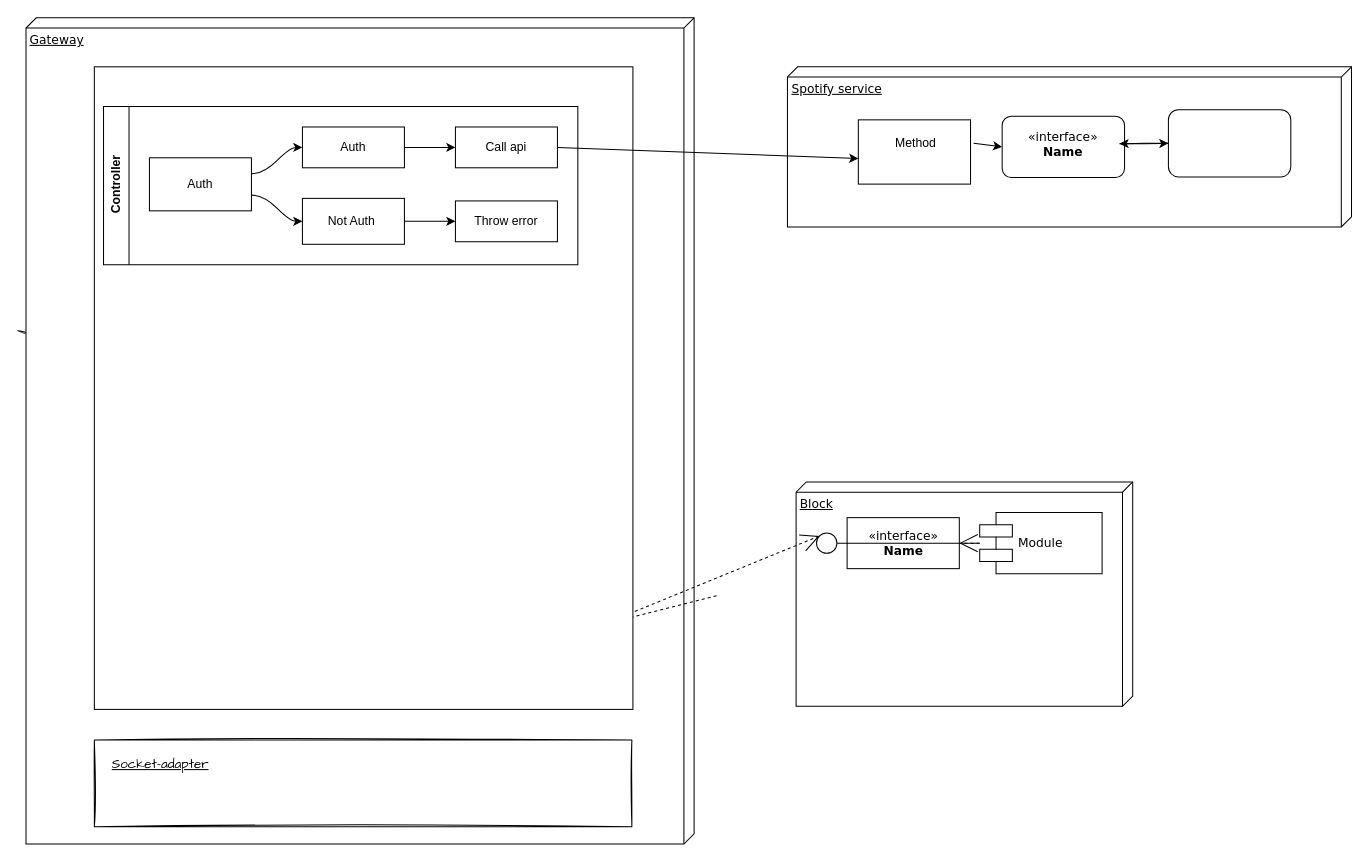
Above: Untitled Diagram.drawio in Anna-Karenina/gRPC-LookUp (draw.io), before the change. Source tidied: cells renumbered, new cells numbered last; positions are measured from the earlier drawing's top-left corner, leaving out a move shared by most shapes. Both pictures are drawn from the tidied source at 102%, with x=0, y=0 at pixel (26, 17).
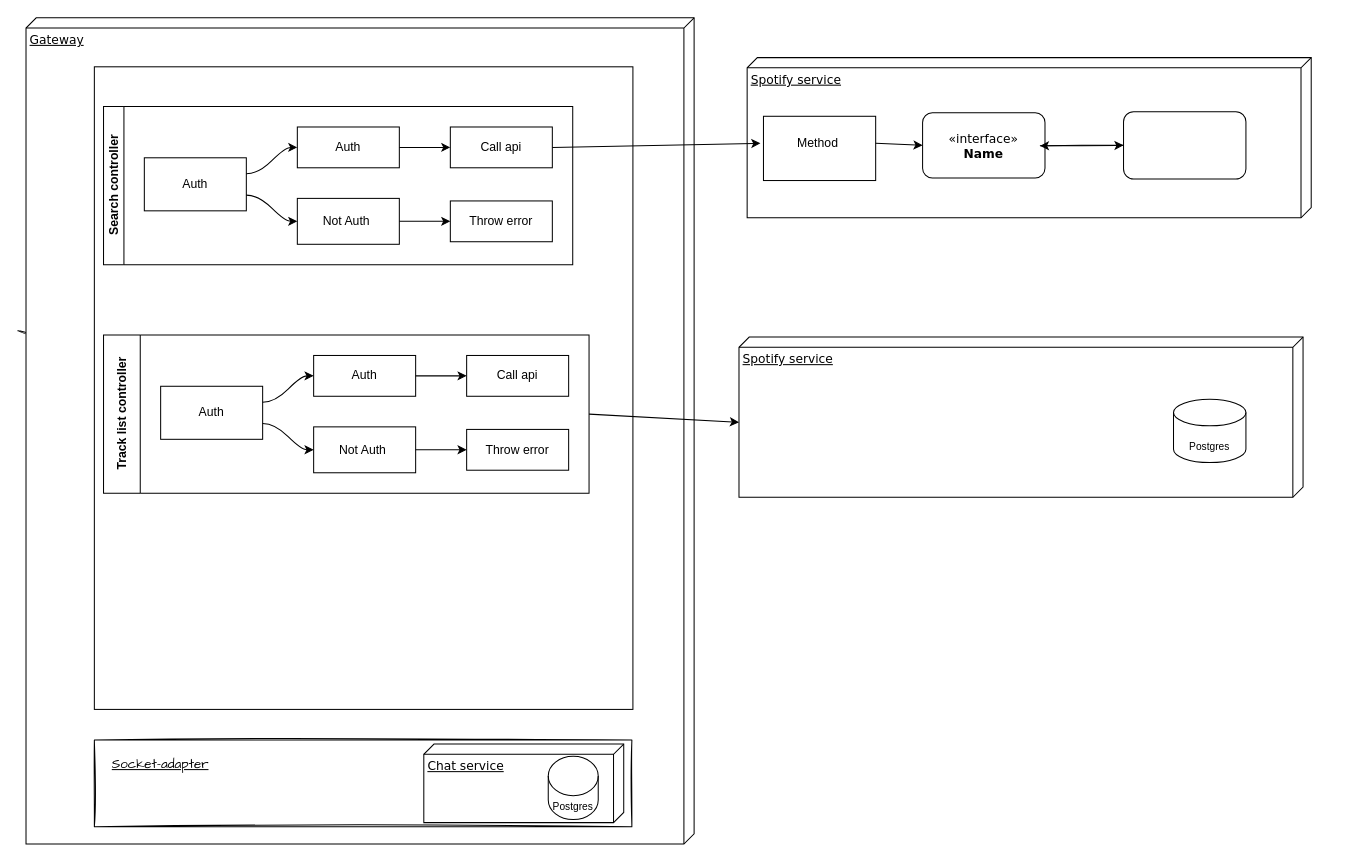
The same diagram, later.

Change to the diagram source:
```diff
@@
     <mxCell id="2" value="Spotify service" style="verticalAlign=top;align=left;spacingTop=8;spacingLeft=2;spacingRight=12;shape=cube;size=10;direction=south;fontStyle=4;html=1;rounded=0;shadow=0;comic=0;labelBackgroundColor=none;strokeWidth=1;fontFamily=Verdana;fontSize=12;" parent="1" vertex="1">
-      <mxGeometry x="746.5" y="48" width="553" height="157" as="geometry" />
+      <mxGeometry x="707" y="39" width="553" height="157" as="geometry" />
     </mxCell>
-    <mxCell id="3" value="Block" style="verticalAlign=top;align=left;spacingTop=8;spacingLeft=2;spacingRight=12;shape=cube;size=10;direction=south;fontStyle=4;html=1;rounded=0;shadow=0;comic=0;labelBackgroundColor=none;strokeWidth=1;fontFamily=Verdana;fontSize=12;" parent="1" vertex="1">
-      <mxGeometry x="755" y="455" width="330" height="220" as="geometry" />
-    </mxCell>
@@
     <mxCell id="6" style="html=1;rounded=0;shadow=0;comic=0;labelBackgroundColor=none;strokeWidth=1;fontFamily=Verdana;fontSize=12;align=center;" parent="1" vertex="1">
-      <mxGeometry x="816" y="100" width="110" height="63" as="geometry" />
+      <mxGeometry x="723" y="96.5" width="110" height="63" as="geometry" />
     </mxCell>
-    <mxCell id="7" value="Module" style="shape=component;align=left;spacingLeft=36;rounded=0;shadow=0;comic=0;labelBackgroundColor=none;strokeWidth=1;fontFamily=Verdana;fontSize=12;html=1;" parent="1" vertex="1">
-      <mxGeometry x="935" y="485" width="120" height="60" as="geometry" />
-    </mxCell>
-    <mxCell id="8" value="&amp;laquo;interface&amp;raquo;&lt;br&gt;&lt;b&gt;Name&lt;/b&gt;" style="html=1;rounded=0;shadow=0;comic=0;labelBackgroundColor=none;strokeWidth=1;fontFamily=Verdana;fontSize=12;align=center;" parent="1" vertex="1">
-      <mxGeometry x="805" y="490" width="110" height="50" as="geometry" />
-    </mxCell>
-    <mxCell id="9" style="ellipse;whiteSpace=wrap;html=1;rounded=0;shadow=0;comic=0;labelBackgroundColor=none;strokeWidth=1;fontFamily=Verdana;fontSize=12;align=center;" parent="1" vertex="1">
-      <mxGeometry x="775" y="505" width="20" height="20" as="geometry" />
-    </mxCell>
-    <mxCell id="10" style="edgeStyle=none;rounded=0;html=1;dashed=1;labelBackgroundColor=none;startArrow=none;startFill=0;startSize=8;endArrow=open;endFill=0;endSize=16;fontFamily=Verdana;fontSize=12;entryX=0;entryY=0;entryDx=0;entryDy=0;exitX=1;exitY=0.75;exitDx=0;exitDy=0;" parent="1" edge="1" target="9">
-      <mxGeometry relative="1" as="geometry">
-        <mxPoint x="677" y="566.5" as="sourcePoint" />
-        <Array as="points">
-          <mxPoint x="565" y="595" />
-        </Array>
-      </mxGeometry>
-    </mxCell>
-    <mxCell id="11" style="edgeStyle=elbowEdgeStyle;rounded=0;html=1;labelBackgroundColor=none;startArrow=none;startFill=0;startSize=8;endArrow=none;endFill=0;endSize=16;fontFamily=Verdana;fontSize=12;" parent="1" edge="1" source="9" target="7">
-      <mxGeometry relative="1" as="geometry" />
-    </mxCell>
-    <mxCell id="12" style="edgeStyle=orthogonalEdgeStyle;rounded=0;html=1;dashed=1;labelBackgroundColor=none;startArrow=none;startFill=0;startSize=8;endArrow=open;endFill=0;endSize=16;fontFamily=Verdana;fontSize=12;" parent="1" edge="1" source="7" target="8">
-      <mxGeometry relative="1" as="geometry" />
-    </mxCell>
@@
-    <mxCell id="16" value="Controller" style="swimlane;html=1;startSize=25;horizontal=0;flowOrientation=west;interRankCellSpacing=50;containerType=tree;" parent="1" vertex="1">
-      <mxGeometry x="76" y="87" width="465" height="155" as="geometry" />
+    <mxCell id="16" value="Search controller&lt;br&gt;" style="swimlane;html=1;startSize=20;horizontal=0;flowOrientation=west;interRankCellSpacing=50;containerType=tree;" parent="1" vertex="1">
+      <mxGeometry x="76" y="87" width="460" height="155" as="geometry" />
     </mxCell>
     <mxCell id="17" value="Auth" style="whiteSpace=wrap;html=1;" parent="16" vertex="1">
-      <mxGeometry x="45" y="50.2" width="100" height="52" as="geometry" />
+      <mxGeometry x="40" y="50.2" width="100" height="52" as="geometry" />
     </mxCell>
     <mxCell id="18" value="Auth" style="whiteSpace=wrap;html=1;" parent="16" vertex="1">
-      <mxGeometry x="195" y="20" width="100" height="40" as="geometry" />
+      <mxGeometry x="190" y="20" width="100" height="40" as="geometry" />
     </mxCell>
     <mxCell id="19" style="html=1;curved=1;rounded=0;noEdgeStyle=1;orthogonal=1;" parent="16" edge="1" source="17" target="18">
       <mxGeometry relative="1" as="geometry">
         <Array as="points">
-          <mxPoint x="157" y="65.8" />
-          <mxPoint x="183" y="40" />
+          <mxPoint x="152" y="65.8" />
+          <mxPoint x="178" y="40" />
         </Array>
       </mxGeometry>
     </mxCell>
     <mxCell id="20" value="Not Auth&amp;nbsp;" style="whiteSpace=wrap;html=1;" parent="16" vertex="1">
-      <mxGeometry x="195" y="90" width="100" height="45" as="geometry" />
+      <mxGeometry x="190" y="90" width="100" height="45" as="geometry" />
     </mxCell>
     <mxCell id="21" style="html=1;curved=1;rounded=0;noEdgeStyle=1;orthogonal=1;" parent="16" edge="1" source="17" target="20">
       <mxGeometry relative="1" as="geometry">
         <Array as="points">
-          <mxPoint x="157" y="86.8" />
-          <mxPoint x="183" y="112.5" />
+          <mxPoint x="152" y="86.8" />
+          <mxPoint x="178" y="112.5" />
         </Array>
       </mxGeometry>
     </mxCell>
     <mxCell id="22" value="Call api" style="whiteSpace=wrap;html=1;" parent="16" vertex="1">
-      <mxGeometry x="345" y="20" width="100" height="40" as="geometry" />
+      <mxGeometry x="340" y="20" width="100" height="40" as="geometry" />
     </mxCell>
     <mxCell id="23" style="html=1;curved=1;rounded=0;noEdgeStyle=1;orthogonal=1;" parent="16" edge="1" source="18" target="22">
       <mxGeometry relative="1" as="geometry">
         <Array as="points">
-          <mxPoint x="307" y="40" />
-          <mxPoint x="333" y="40" />
+          <mxPoint x="302" y="40" />
+          <mxPoint x="328" y="40" />
         </Array>
       </mxGeometry>
     </mxCell>
     <mxCell id="24" value="Throw error" style="whiteSpace=wrap;html=1;" parent="16" vertex="1">
-      <mxGeometry x="345" y="92.5" width="100" height="40" as="geometry" />
+      <mxGeometry x="340" y="92.5" width="100" height="40" as="geometry" />
     </mxCell>
     <mxCell id="25" style="html=1;curved=1;rounded=0;noEdgeStyle=1;orthogonal=1;exitX=1;exitY=0.5;exitDx=0;exitDy=0;" parent="16" edge="1" source="20" target="24">
       <mxGeometry relative="1" as="geometry">
         <Array as="points">
-          <mxPoint x="307" y="112.5" />
-          <mxPoint x="333" y="112.5" />
+          <mxPoint x="302" y="112.5" />
+          <mxPoint x="328" y="112.5" />
         </Array>
       </mxGeometry>
     </mxCell>
-    <mxCell id="26" style="endArrow=classic;html=1;rounded=0;exitX=1;exitY=0.5;exitDx=0;exitDy=0;entryX=0;entryY=0.75;entryDx=0;entryDy=0;" parent="1" edge="1" source="22" target="30">
+    <mxCell id="26" style="endArrow=classic;html=1;rounded=0;exitX=1;exitY=0.5;exitDx=0;exitDy=0;entryX=0;entryY=0.5;entryDx=0;entryDy=0;" parent="1" edge="1" source="22" target="30">
       <mxGeometry relative="1" as="geometry" />
     </mxCell>
     <mxCell id="27" style="rounded=1;whiteSpace=wrap;html=1;" parent="1" vertex="1">
-      <mxGeometry x="957" y="96.5" width="120" height="60" as="geometry" />
+      <mxGeometry x="879" y="93" width="120" height="64" as="geometry" />
     </mxCell>
@@
     <mxCell id="29" style="rounded=1;whiteSpace=wrap;html=1;" parent="1" vertex="1">
-      <mxGeometry x="1120" y="90" width="120" height="66" as="geometry" />
+      <mxGeometry x="1076" y="92" width="120" height="66" as="geometry" />
     </mxCell>
     <mxCell id="30" value="Method" style="text;html=1;strokeColor=none;fillColor=none;align=center;verticalAlign=middle;whiteSpace=wrap;rounded=0;" parent="1" vertex="1">
-      <mxGeometry x="816" y="93" width="113" height="60" as="geometry" />
+      <mxGeometry x="720" y="93" width="113" height="60" as="geometry" />
     </mxCell>
@@
     <mxCell id="32" value="&lt;span style=&quot;font-family: &amp;#34;verdana&amp;#34;&quot;&gt;«interface»&lt;/span&gt;&lt;br style=&quot;font-family: &amp;#34;verdana&amp;#34;&quot;&gt;&lt;b style=&quot;font-family: &amp;#34;verdana&amp;#34;&quot;&gt;Name&lt;/b&gt;" style="text;html=1;strokeColor=none;fillColor=none;align=center;verticalAlign=middle;whiteSpace=wrap;rounded=0;" parent="1" vertex="1">
-      <mxGeometry x="962" y="93" width="110" height="61" as="geometry" />
+      <mxGeometry x="884" y="93" width="110" height="65" as="geometry" />
     </mxCell>
@@
+    <mxCell id="34" value="Chat service" style="verticalAlign=top;align=left;spacingTop=8;spacingLeft=2;spacingRight=12;shape=cube;size=10;direction=south;fontStyle=4;html=1;rounded=0;shadow=0;comic=0;labelBackgroundColor=none;strokeWidth=1;fontFamily=Verdana;fontSize=12;" parent="1" vertex="1">
+      <mxGeometry x="390" y="712" width="196" height="77" as="geometry" />
+    </mxCell>
+    <mxCell id="35" style="shape=cylinder3;whiteSpace=wrap;html=1;boundedLbl=1;backgroundOutline=1;size=19.272727272727025;" parent="1" vertex="1">
+      <mxGeometry x="512" y="724" width="49" height="62" as="geometry" />
+    </mxCell>
+    <mxCell id="36" value="Postgres" style="text;html=1;strokeColor=none;fillColor=none;align=center;verticalAlign=middle;whiteSpace=wrap;rounded=0;strokeWidth=0;fontSize=10;" parent="1" vertex="1">
+      <mxGeometry x="496" y="749" width="81" height="48" as="geometry" />
+    </mxCell>
+    <mxCell id="37" value="Track list controller" style="swimlane;html=1;startSize=36;horizontal=0;flowOrientation=west;interRankCellSpacing=50;containerType=tree;" parent="1" vertex="1">
+      <mxGeometry x="76" y="311" width="476" height="155" as="geometry" />
+    </mxCell>
+    <mxCell id="38" value="Auth" style="whiteSpace=wrap;html=1;" parent="37" vertex="1">
+      <mxGeometry x="56" y="50.2" width="100" height="52" as="geometry" />
+    </mxCell>
+    <mxCell id="39" value="Auth" style="whiteSpace=wrap;html=1;" parent="37" vertex="1">
+      <mxGeometry x="206" y="20" width="100" height="40" as="geometry" />
+    </mxCell>
+    <mxCell id="40" style="html=1;curved=1;rounded=0;noEdgeStyle=1;orthogonal=1;" parent="37" edge="1" source="38" target="39">
+      <mxGeometry relative="1" as="geometry">
+        <Array as="points">
+          <mxPoint x="168" y="65.8" />
+          <mxPoint x="194" y="40" />
+        </Array>
+      </mxGeometry>
+    </mxCell>
+    <mxCell id="41" value="Not Auth&amp;nbsp;" style="whiteSpace=wrap;html=1;" parent="37" vertex="1">
+      <mxGeometry x="206" y="90" width="100" height="45" as="geometry" />
+    </mxCell>
+    <mxCell id="42" style="html=1;curved=1;rounded=0;noEdgeStyle=1;orthogonal=1;" parent="37" edge="1" source="38" target="41">
+      <mxGeometry relative="1" as="geometry">
+        <Array as="points">
+          <mxPoint x="168" y="86.8" />
+          <mxPoint x="194" y="112.5" />
+        </Array>
+      </mxGeometry>
+    </mxCell>
+    <mxCell id="43" value="Call api" style="whiteSpace=wrap;html=1;" parent="37" vertex="1">
+      <mxGeometry x="356" y="20" width="100" height="40" as="geometry" />
+    </mxCell>
+    <mxCell id="44" style="html=1;curved=1;rounded=0;noEdgeStyle=1;orthogonal=1;" parent="37" edge="1" source="39" target="43">
+      <mxGeometry relative="1" as="geometry">
+        <Array as="points">
+          <mxPoint x="318" y="40" />
+          <mxPoint x="344" y="40" />
+        </Array>
+      </mxGeometry>
+    </mxCell>
+    <mxCell id="45" value="Throw error" style="whiteSpace=wrap;html=1;" parent="37" vertex="1">
+      <mxGeometry x="356" y="92.5" width="100" height="40" as="geometry" />
+    </mxCell>
+    <mxCell id="46" style="html=1;curved=1;rounded=0;noEdgeStyle=1;orthogonal=1;exitX=1;exitY=0.5;exitDx=0;exitDy=0;" parent="37" edge="1" source="41" target="45">
+      <mxGeometry relative="1" as="geometry">
+        <Array as="points">
+          <mxPoint x="318" y="112.5" />
+          <mxPoint x="344" y="112.5" />
+        </Array>
+      </mxGeometry>
+    </mxCell>
+    <mxCell id="47" value="Spotify service" style="verticalAlign=top;align=left;spacingTop=8;spacingLeft=2;spacingRight=12;shape=cube;size=10;direction=south;fontStyle=4;html=1;rounded=0;shadow=0;comic=0;labelBackgroundColor=none;strokeWidth=1;fontFamily=Verdana;fontSize=12;" parent="1" vertex="1">
+      <mxGeometry x="699" y="313" width="553" height="157" as="geometry" />
+    </mxCell>
+    <mxCell id="48" style="endArrow=classic;html=1;rounded=0;exitX=1;exitY=0.5;exitDx=0;exitDy=0;entryX=0;entryY=0;entryDx=83.5;entryDy=553;entryPerimeter=0;" parent="1" edge="1" source="37" target="47">
+      <mxGeometry relative="1" as="geometry" />
+    </mxCell>
+    <mxCell id="49" style="shape=cylinder3;whiteSpace=wrap;html=1;boundedLbl=1;backgroundOutline=1;size=13;" parent="1" vertex="1">
+      <mxGeometry x="1125" y="374" width="71" height="62" as="geometry" />
+    </mxCell>
+    <mxCell id="50" value="Postgres" style="text;html=1;strokeColor=none;fillColor=none;align=center;verticalAlign=middle;whiteSpace=wrap;rounded=0;strokeWidth=0;fontSize=10;" parent="1" vertex="1">
+      <mxGeometry x="1121" y="386" width="79" height="68" as="geometry" />
+    </mxCell>
```
